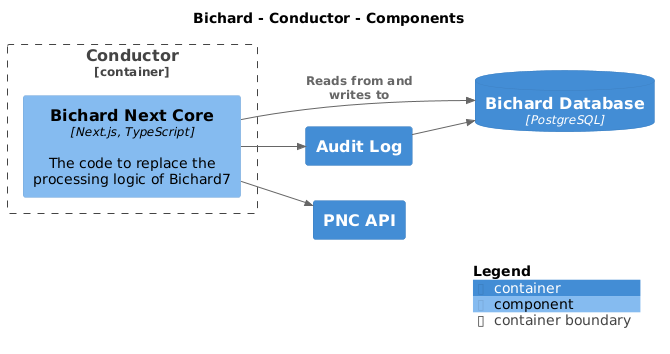
The PlantUML diagram main/png/Component-001.png in ministryofjustice/bichard7-next-core, before a commit.
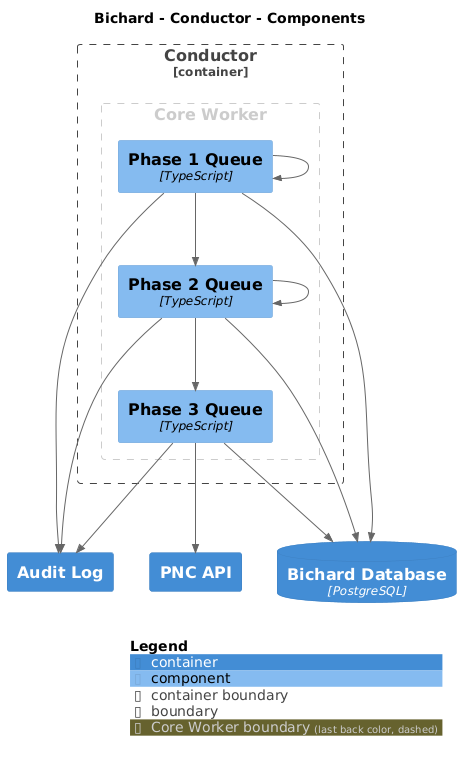
Above is the later version.

What changed in the source:
```diff
@@ -2,7 +2,7 @@
 set separator none
 title Bichard - Conductor - Components
 
-left to right direction
+top to bottom direction
 
 !include <C4/C4>
 !include <C4/C4_Context>
@@ -14,13 +14,26 @@
 Container(Bichard.PNCAPI, "PNC API", $techn="", $descr="", $tags="", $link="")
 
 Container_Boundary("Bichard.Conductor_boundary", "Conductor", $tags="") {
-  Component(Bichard.Conductor.BichardNextCore, "Bichard Next Core", $techn="Next.js, TypeScript", $descr="The code to replace the processing logic of Bichard7", $tags="", $link="")
+  AddBoundaryTag("Core Worker", $borderColor="#cccccc", $fontColor="#cccccc", $borderStyle="dashed")
+  Boundary(group_1, "Core Worker", $tags="Core Worker") {
+    Component(Bichard.Conductor.Phase1Queue, "Phase 1 Queue", $techn="TypeScript", $descr="", $tags="", $link="")
+    Component(Bichard.Conductor.Phase2Queue, "Phase 2 Queue", $techn="TypeScript", $descr="", $tags="", $link="")
+    Component(Bichard.Conductor.Phase3Queue, "Phase 3 Queue", $techn="TypeScript", $descr="", $tags="", $link="")
+  }
+
 }
 
-Rel(Bichard.AuditLog, Bichard.BichardDatabase, "", $techn="", $tags="", $link="")
-Rel(Bichard.Conductor.BichardNextCore, Bichard.AuditLog, "", $techn="", $tags="", $link="")
-Rel(Bichard.Conductor.BichardNextCore, Bichard.BichardDatabase, "Reads from and writes to", $techn="", $tags="", $link="")
-Rel(Bichard.Conductor.BichardNextCore, Bichard.PNCAPI, "", $techn="", $tags="", $link="")
+Rel(Bichard.Conductor.Phase1Queue, Bichard.Conductor.Phase1Queue, "", $techn="", $tags="", $link="")
+Rel(Bichard.Conductor.Phase1Queue, Bichard.Conductor.Phase2Queue, "", $techn="", $tags="", $link="")
+Rel(Bichard.Conductor.Phase2Queue, Bichard.Conductor.Phase2Queue, "", $techn="", $tags="", $link="")
+Rel(Bichard.Conductor.Phase2Queue, Bichard.Conductor.Phase3Queue, "", $techn="", $tags="", $link="")
+Rel(Bichard.Conductor.Phase1Queue, Bichard.AuditLog, "", $techn="", $tags="", $link="")
+Rel(Bichard.Conductor.Phase2Queue, Bichard.AuditLog, "", $techn="", $tags="", $link="")
+Rel(Bichard.Conductor.Phase3Queue, Bichard.AuditLog, "", $techn="", $tags="", $link="")
+Rel(Bichard.Conductor.Phase3Queue, Bichard.PNCAPI, "", $techn="", $tags="", $link="")
+Rel(Bichard.Conductor.Phase1Queue, Bichard.BichardDatabase, "", $techn="", $tags="", $link="")
+Rel(Bichard.Conductor.Phase2Queue, Bichard.BichardDatabase, "", $techn="", $tags="", $link="")
+Rel(Bichard.Conductor.Phase3Queue, Bichard.BichardDatabase, "", $techn="", $tags="", $link="")
 
 SHOW_LEGEND(true)
 @enduml
```
